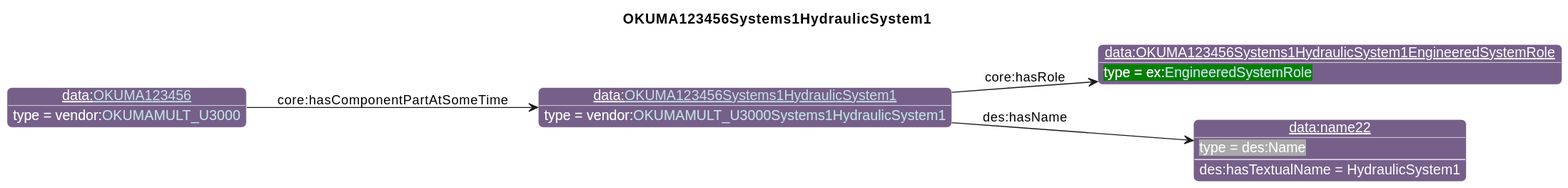
This is diagrams/OKUMA123456Systems1HydraulicSystem1.svg from iofoundry/example-syseng-mtconnect, a PlantUML export, as it was before one commit. The source it was exported from:
```plantuml
@startuml
!include ../iof.iuml

<style>
object {
  HyperlinkColor #C4E1E6
}
</style>

left to right direction
skinparam linetype polyline
title OKUMA123456Systems1HydraulicSystem1

!$default_direction = down

!$namespace_colors = { "bfo":"DFA702",
                      "iof":"1E90FF",
                      "ns":"Green",
                      "ns1":"76608A",
                      "core":"000000",
                      "ex":"Green",
                      "data":"76608A",
                      "vendor":"76608A",
                      "units":"8A2D3B",
                      "cmns-dsg":"3A0519",
                      "qp":"641B2E"
      }
individual(o0, data:[[./OKUMA123456Systems1HydraulicSystem1.html OKUMA123456Systems1HydraulicSystem1]], vendor:[[../OKUMA.html#OKUMAMULT_U3000Systems1HydraulicSystem1 OKUMAMULT_U3000Systems1HydraulicSystem1]])
individual(o1, data:OKUMA123456Systems1HydraulicSystem1EngineeredSystemRole, ex:[[../Example.html#EngineeredSystemRole EngineeredSystemRole]])
individual(o2, data:name22, des:Name)
individual(o3, data:[[./OKUMA123456.html OKUMA123456]], vendor:[[../OKUMA.html#OKUMAMULT_U3000 OKUMAMULT_U3000]])
property(o0, "core:hasRole", o1)
property(o0, "des:hasName", o2)
data(o2, "des:hasTextualName", "HydraulicSystem1")
property(o3, "core:hasComponentPartAtSomeTime", o0)
@enduml
```
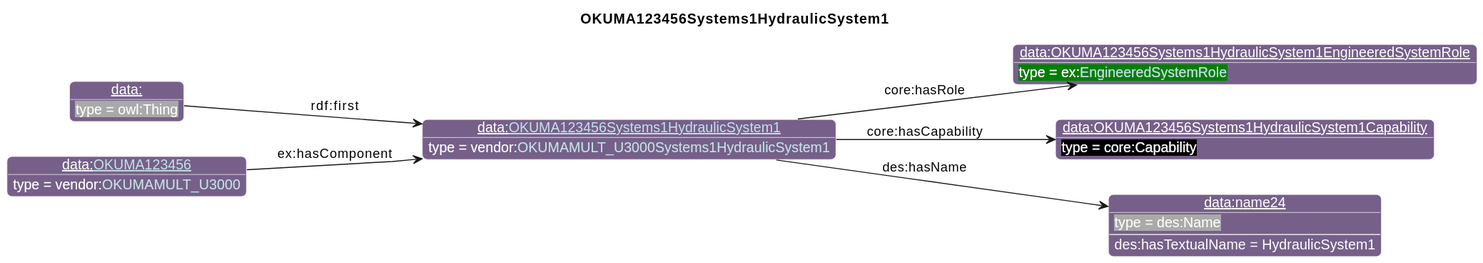
Above is the later version.

The edit, as a diff of the source:
```diff
@@ -27,10 +27,14 @@
       }
 individual(o0, data:[[./OKUMA123456Systems1HydraulicSystem1.html OKUMA123456Systems1HydraulicSystem1]], vendor:[[../OKUMA.html#OKUMAMULT_U3000Systems1HydraulicSystem1 OKUMAMULT_U3000Systems1HydraulicSystem1]])
 individual(o1, data:OKUMA123456Systems1HydraulicSystem1EngineeredSystemRole, ex:[[../Example.html#EngineeredSystemRole EngineeredSystemRole]])
-individual(o2, data:name22, des:Name)
-individual(o3, data:[[./OKUMA123456.html OKUMA123456]], vendor:[[../OKUMA.html#OKUMAMULT_U3000 OKUMAMULT_U3000]])
+individual(o2, data:OKUMA123456Systems1HydraulicSystem1Capability, core:Capability)
+individual(o3, data:name24, des:Name)
+individual(o4, data:, owl:Thing)
+individual(o5, data:[[./OKUMA123456.html OKUMA123456]], vendor:[[../OKUMA.html#OKUMAMULT_U3000 OKUMAMULT_U3000]])
 property(o0, "core:hasRole", o1)
-property(o0, "des:hasName", o2)
-data(o2, "des:hasTextualName", "HydraulicSystem1")
-property(o3, "core:hasComponentPartAtSomeTime", o0)
+property(o0, "core:hasCapability", o2)
+property(o0, "des:hasName", o3)
+data(o3, "des:hasTextualName", "HydraulicSystem1")
+property(o4, "rdf:first", o0)
+property(o5, "ex:hasComponent", o0)
 @enduml
```
